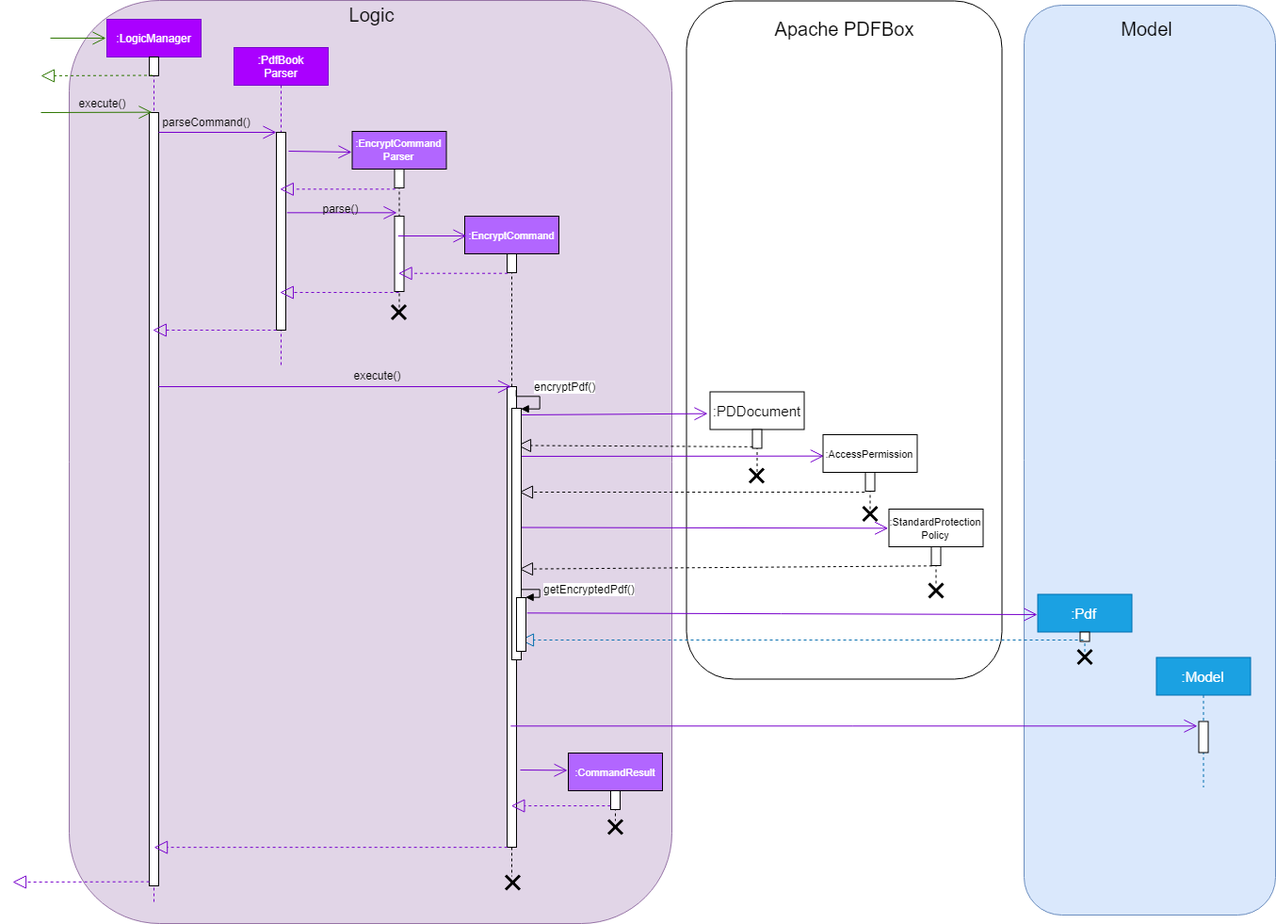
Before: docs/images/EncryptCommandSequenceDiagram.png, a diagram exported from draw.io (nus-cs2103-AY1819S2/addressbook-level4). Source tidied: cells renumbered, new cells last; positions are measured from the earlier drawing's top-left corner, leaving out a move shared by most shapes.
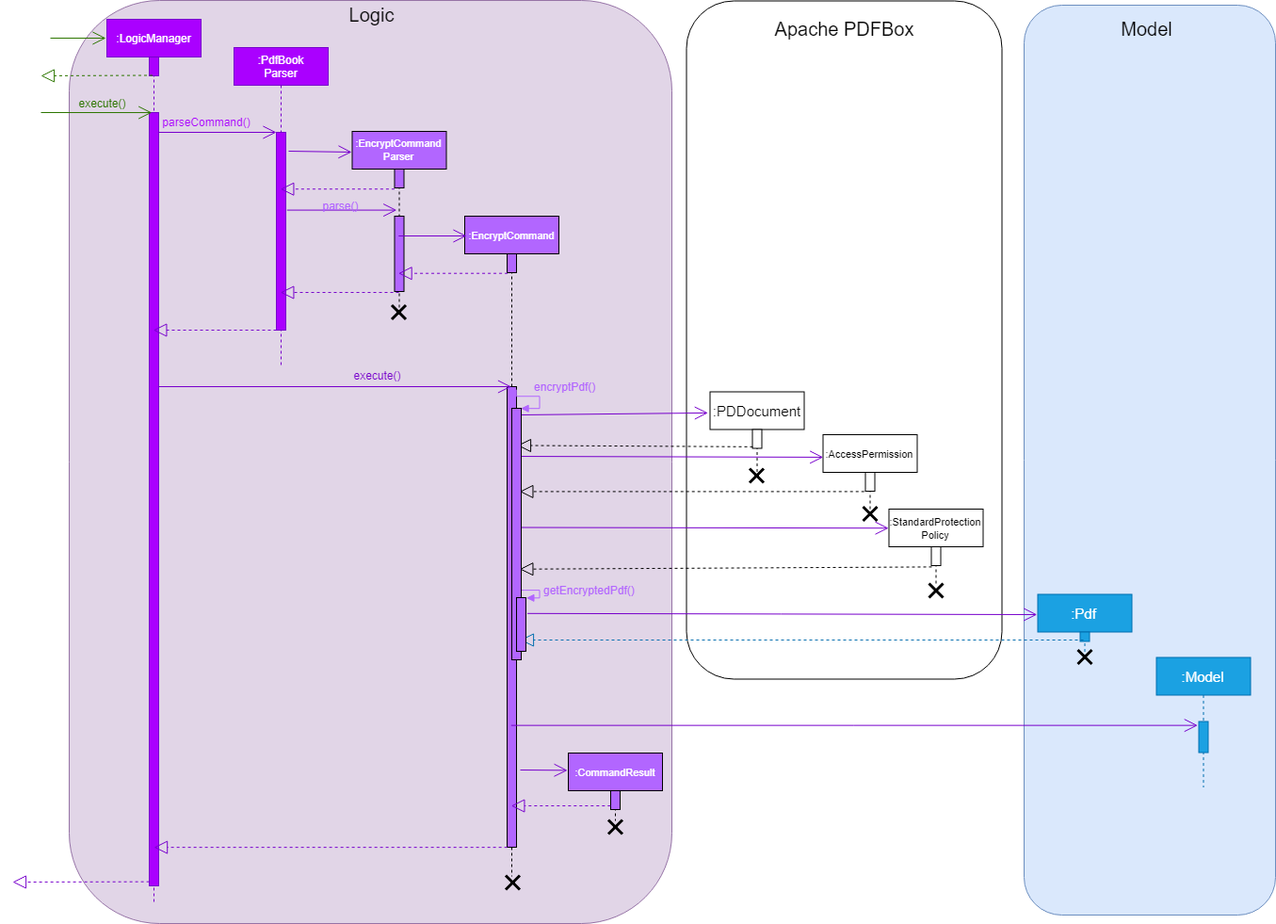
The same file after the commit.

Commit message:
(v1.4) Architecture diagram adjustments

Diff of the diagram source:
```diff
@@ -11,19 +11,19 @@
     <mxCell id="4" value=":LogicManager" style="shape=umlLifeline;perimeter=lifelinePerimeter;whiteSpace=wrap;html=1;outlineConnect=0;fillColor=#aa00ff;strokeColor=#7700CC;fontColor=#ffffff;" parent="1" vertex="1">
       <mxGeometry x="100" y="20" width="100" height="940" as="geometry" />
     </mxCell>
-    <mxCell id="5" style="html=1;points=[];perimeter=orthogonalPerimeter;fontSize=20;" parent="4" vertex="1">
+    <mxCell id="5" style="html=1;points=[];perimeter=orthogonalPerimeter;fontSize=20;fillColor=#aa00ff;strokeColor=#7700CC;fontColor=#ffffff;" parent="4" vertex="1">
       <mxGeometry x="45" y="99" width="10" height="821" as="geometry" />
     </mxCell>
-    <mxCell id="6" style="html=1;perimeter=orthogonalPerimeter;fontSize=20;" parent="4" vertex="1">
+    <mxCell id="6" style="html=1;perimeter=orthogonalPerimeter;fontSize=20;fillColor=#aa00ff;strokeColor=#7700CC;fontColor=#ffffff;" parent="4" vertex="1">
       <mxGeometry x="45" y="40" width="10" height="20" as="geometry" />
     </mxCell>
     <mxCell id="7" value=":PdfBook&lt;br&gt;Parser" style="shape=umlLifeline;perimeter=lifelinePerimeter;whiteSpace=wrap;html=1;outlineConnect=0;fillColor=#aa00ff;strokeColor=#7700CC;fontColor=#ffffff;" parent="1" vertex="1">
       <mxGeometry x="235" y="50" width="100" height="340" as="geometry" />
     </mxCell>
-    <mxCell id="8" style="html=1;perimeter=orthogonalPerimeter;fontSize=20;" parent="7" vertex="1">
+    <mxCell id="8" style="html=1;perimeter=orthogonalPerimeter;fontSize=20;fillColor=#aa00ff;strokeColor=#7700CC;fontColor=#ffffff;" parent="7" vertex="1">
       <mxGeometry x="45" y="90" width="10" height="210" as="geometry" />
     </mxCell>
-    <mxCell id="9" value="execute()" style="text;html=1;strokeColor=none;fillColor=none;align=center;verticalAlign=middle;whiteSpace=wrap;rounded=0;fontSize=12;" parent="1" vertex="1">
+    <mxCell id="9" value="execute()" style="text;html=1;strokeColor=none;fillColor=none;align=center;verticalAlign=middle;whiteSpace=wrap;rounded=0;fontSize=12;fontColor=#2D7600;" parent="1" vertex="1">
       <mxGeometry x="60" y="99" width="70" height="20" as="geometry" />
     </mxCell>
     <mxCell id="10" value="Logic" style="text;html=1;strokeColor=none;fillColor=none;align=center;verticalAlign=middle;whiteSpace=wrap;rounded=0;fontSize=20;" parent="1" vertex="1">
@@ -40,16 +40,16 @@
         <mxPoint x="30" y="119" as="sourcePoint" />
       </mxGeometry>
     </mxCell>
-    <mxCell id="13" value="parseCommand()" style="text;html=1;strokeColor=none;fillColor=none;align=center;verticalAlign=middle;whiteSpace=wrap;rounded=0;fontSize=12;" parent="1" vertex="1">
+    <mxCell id="13" value="parseCommand()" style="text;html=1;strokeColor=none;fillColor=none;align=center;verticalAlign=middle;whiteSpace=wrap;rounded=0;fontSize=12;fontColor=#AA00FF;" parent="1" vertex="1">
       <mxGeometry x="170" y="119" width="71" height="20" as="geometry" />
     </mxCell>
     <mxCell id="14" value="&lt;font style=&quot;font-size: 11px&quot; color=&quot;#ffffff&quot;&gt;:EncryptCommand&lt;br&gt;Parser&lt;/font&gt;" style="shape=umlLifeline;perimeter=lifelinePerimeter;whiteSpace=wrap;html=1;outlineConnect=0;fillColor=#B266FF;" parent="1" vertex="1">
       <mxGeometry x="360.5" y="139" width="100" height="190" as="geometry" />
     </mxCell>
-    <mxCell id="15" style="html=1;points=[];perimeter=orthogonalPerimeter;fontSize=20;" parent="14" vertex="1">
+    <mxCell id="15" style="html=1;points=[];perimeter=orthogonalPerimeter;fontSize=20;fillColor=#B266FF;" parent="14" vertex="1">
       <mxGeometry x="45" y="40" width="10" height="20" as="geometry" />
     </mxCell>
-    <mxCell id="16" style="html=1;perimeter=orthogonalPerimeter;fontSize=20;" parent="14" vertex="1">
+    <mxCell id="16" style="html=1;perimeter=orthogonalPerimeter;fontSize=20;fillColor=#B266FF;" parent="14" vertex="1">
       <mxGeometry x="45" y="90" width="10" height="80" as="geometry" />
     </mxCell>
     <mxCell id="17" style="endArrow=open;endFill=1;endSize=12;html=1;fontSize=20;fillColor=#aa00ff;strokeColor=#7700CC;" parent="1" edge="1">
@@ -64,19 +64,19 @@
     <mxCell id="19" style="endArrow=open;endFill=1;endSize=12;html=1;fillColor=#aa00ff;strokeColor=#7700CC;startSize=7;entryX=1;entryY=0.75;entryDx=0;entryDy=0;exitX=0.033;exitY=0.75;exitDx=0;exitDy=0;exitPerimeter=0;" parent="1" edge="1" source="20" target="20">
       <mxGeometry relative="1" as="geometry" />
     </mxCell>
-    <mxCell id="20" value="parse()" style="text;html=1;strokeColor=none;fillColor=none;align=center;verticalAlign=middle;whiteSpace=wrap;rounded=0;fontSize=12;" parent="1" vertex="1">
-      <mxGeometry x="287" y="211" width="121" height="20" as="geometry" />
+    <mxCell id="20" value="parse()" style="text;html=1;strokeColor=none;fillColor=none;align=center;verticalAlign=middle;whiteSpace=wrap;rounded=0;fontSize=12;fontColor=#B266FF;" parent="1" vertex="1">
+      <mxGeometry x="287" y="208" width="121" height="20" as="geometry" />
     </mxCell>
     <mxCell id="21" value="&lt;font style=&quot;font-size: 11px&quot;&gt;&lt;font color=&quot;#ffffff&quot;&gt;:EncryptCommand&lt;/font&gt;&lt;br&gt;&lt;/font&gt;" style="shape=umlLifeline;perimeter=lifelinePerimeter;whiteSpace=wrap;html=1;outlineConnect=0;fillColor=#B266FF;" parent="1" vertex="1">
       <mxGeometry x="480" y="229" width="100" height="701" as="geometry" />
     </mxCell>
-    <mxCell id="22" style="html=1;perimeter=orthogonalPerimeter;fontSize=20;" parent="21" vertex="1">
+    <mxCell id="22" style="html=1;perimeter=orthogonalPerimeter;fontSize=20;fillColor=#B266FF;" parent="21" vertex="1">
       <mxGeometry x="45" y="40" width="10" height="20" as="geometry" />
     </mxCell>
-    <mxCell id="23" style="html=1;perimeter=orthogonalPerimeter;fontSize=20;" parent="21" vertex="1">
+    <mxCell id="23" style="html=1;perimeter=orthogonalPerimeter;fontSize=20;fillColor=#B266FF;" parent="21" vertex="1">
       <mxGeometry x="45" y="181" width="10" height="489" as="geometry" />
     </mxCell>
-    <mxCell id="24" value="getEncryptedPdf()" style="edgeStyle=orthogonalEdgeStyle;html=1;align=left;spacingLeft=2;endArrow=block;rounded=0;entryX=1;entryY=0;fontSize=12;" parent="21" edge="1" target="59">
+    <mxCell id="24" value="getEncryptedPdf()" style="edgeStyle=orthogonalEdgeStyle;html=1;align=left;spacingLeft=2;endArrow=block;rounded=0;entryX=1;entryY=0;fontSize=12;labelBackgroundColor=none;fontColor=#B266FF;strokeColor=#B266FF;" parent="21" edge="1" target="59">
       <mxGeometry x="0.04" relative="1" as="geometry">
         <mxPoint x="55" y="397" as="sourcePoint" />
         <Array as="points">
@@ -134,7 +134,7 @@
     <mxCell id="35" value="&lt;font&gt;&lt;font style=&quot;font-size: 15px&quot;&gt;:Pdf&lt;/font&gt;&lt;br&gt;&lt;/font&gt;" style="shape=umlLifeline;perimeter=lifelinePerimeter;whiteSpace=wrap;html=1;outlineConnect=0;fillColor=#1ba1e2;size=40;strokeColor=#006EAF;fontColor=#ffffff;" parent="1" vertex="1">
       <mxGeometry x="1088.5" y="630.5" width="100" height="64" as="geometry" />
     </mxCell>
-    <mxCell id="36" style="html=1;perimeter=orthogonalPerimeter;fontSize=20;" parent="35" vertex="1">
+    <mxCell id="36" style="html=1;perimeter=orthogonalPerimeter;fontSize=20;fillColor=#1ba1e2;strokeColor=#006EAF;fontColor=#ffffff;" parent="35" vertex="1">
       <mxGeometry x="45" y="40" width="10" height="10" as="geometry" />
     </mxCell>
     <mxCell id="37" style="endArrow=open;endFill=1;endSize=12;html=1;fillColor=#aa00ff;strokeColor=#7700CC;entryX=-0.021;entryY=0.251;entryDx=0;entryDy=0;entryPerimeter=0;" parent="1" edge="1" target="39">
@@ -206,13 +206,13 @@
     <mxCell id="55" style="shape=umlDestroy;whiteSpace=wrap;html=1;strokeWidth=3;fillColor=#B266FF;fontSize=20;" parent="1" vertex="1">
       <mxGeometry x="1131" y="689.5" width="15" height="15" as="geometry" />
     </mxCell>
-    <mxCell id="56" value="execute()" style="text;html=1;strokeColor=none;fillColor=none;align=center;verticalAlign=middle;whiteSpace=wrap;rounded=0;fontSize=12;" parent="1" vertex="1">
+    <mxCell id="56" value="execute()" style="text;html=1;strokeColor=none;fillColor=none;align=center;verticalAlign=middle;whiteSpace=wrap;rounded=0;fontSize=12;fontColor=#7700CC;" parent="1" vertex="1">
       <mxGeometry x="326" y="388" width="121" height="20" as="geometry" />
     </mxCell>
-    <mxCell id="57" style="html=1;points=[];perimeter=orthogonalPerimeter;fontSize=12;" parent="1" vertex="1">
+    <mxCell id="57" style="html=1;points=[];perimeter=orthogonalPerimeter;fontSize=12;fillColor=#B266FF;" parent="1" vertex="1">
       <mxGeometry x="530" y="433" width="10" height="267" as="geometry" />
     </mxCell>
-    <mxCell id="58" value="encryptPdf()" style="edgeStyle=orthogonalEdgeStyle;html=1;align=left;spacingLeft=2;endArrow=block;rounded=0;entryX=1;entryY=0;fontSize=12;" parent="1" edge="1" target="57">
+    <mxCell id="58" value="&lt;font color=&quot;#b266ff&quot;&gt;encryptPdf()&lt;/font&gt;" style="edgeStyle=orthogonalEdgeStyle;html=1;align=left;spacingLeft=2;endArrow=block;rounded=0;entryX=1;entryY=0;fontSize=12;labelBackgroundColor=none;strokeColor=#B266FF;" parent="1" edge="1" target="57">
       <mxGeometry x="-0.32" y="10" relative="1" as="geometry">
         <mxPoint x="535" y="413" as="sourcePoint" />
         <Array as="points">
@@ -222,13 +222,13 @@
         </Array>
       </mxGeometry>
     </mxCell>
-    <mxCell id="59" style="html=1;points=[];perimeter=orthogonalPerimeter;fontSize=12;" parent="1" vertex="1">
+    <mxCell id="59" style="html=1;points=[];perimeter=orthogonalPerimeter;fontSize=12;fillColor=#B266FF;" parent="1" vertex="1">
       <mxGeometry x="535" y="634" width="10" height="57" as="geometry" />
     </mxCell>
     <mxCell id="60" value="&lt;font&gt;&lt;font style=&quot;font-size: 15px&quot;&gt;:Model&lt;/font&gt;&lt;br&gt;&lt;/font&gt;" style="shape=umlLifeline;perimeter=lifelinePerimeter;whiteSpace=wrap;html=1;outlineConnect=0;fillColor=#1ba1e2;size=40;strokeColor=#006EAF;fontColor=#ffffff;" parent="1" vertex="1">
       <mxGeometry x="1214.5" y="697.5" width="100" height="138" as="geometry" />
     </mxCell>
-    <mxCell id="61" style="html=1;perimeter=orthogonalPerimeter;fontSize=20;" parent="60" vertex="1">
+    <mxCell id="61" style="html=1;perimeter=orthogonalPerimeter;fontSize=20;fillColor=#1ba1e2;strokeColor=#006EAF;fontColor=#ffffff;" parent="60" vertex="1">
       <mxGeometry x="45" y="68" width="10" height="33" as="geometry" />
     </mxCell>
     <mxCell id="62" style="endArrow=open;endFill=1;endSize=12;html=1;fillColor=#aa00ff;strokeColor=#7700CC;entryX=0.438;entryY=0.524;entryDx=0;entryDy=0;entryPerimeter=0;" parent="1" edge="1" source="21" target="60">
@@ -237,7 +237,7 @@
     <mxCell id="63" value="&lt;span style=&quot;font-size: 11px&quot;&gt;&lt;font color=&quot;#ffffff&quot;&gt;:CommandResult&lt;/font&gt;&lt;/span&gt;&lt;br&gt;" style="shape=umlLifeline;perimeter=lifelinePerimeter;whiteSpace=wrap;html=1;fillColor=#B266FF;" parent="1" vertex="1">
       <mxGeometry x="590" y="799" width="100" height="72" as="geometry" />
     </mxCell>
-    <mxCell id="64" style="html=1;perimeter=orthogonalPerimeter;fontSize=20;" parent="63" vertex="1">
+    <mxCell id="64" style="html=1;perimeter=orthogonalPerimeter;fontSize=20;fillColor=#B266FF;" parent="63" vertex="1">
       <mxGeometry x="45" y="40" width="10" height="20" as="geometry" />
     </mxCell>
     <mxCell id="65" style="endArrow=open;endFill=1;endSize=12;html=1;fillColor=#aa00ff;strokeColor=#7700CC;entryX=-0.002;entryY=0.101;entryDx=0;entryDy=0;entryPerimeter=0;" parent="1" edge="1">
```
